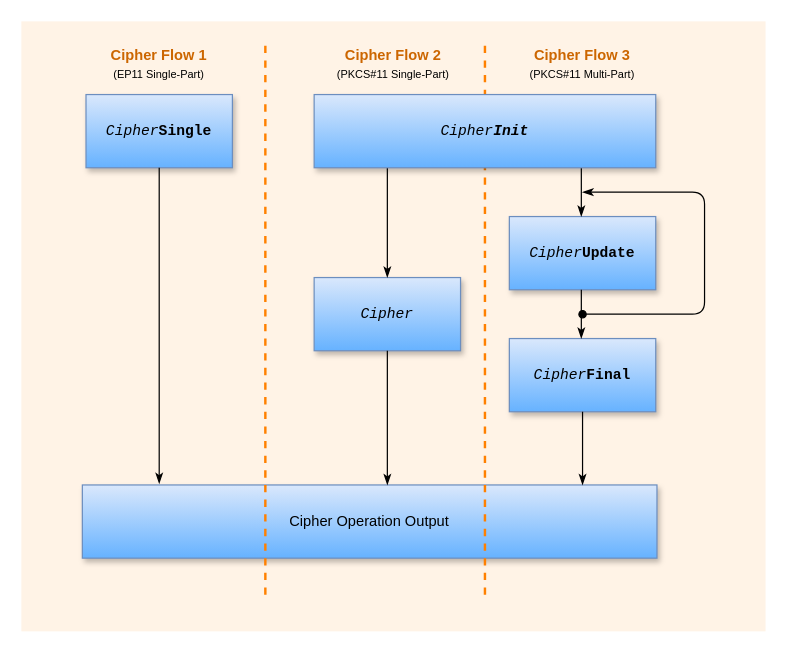
The draw.io diagram golang/func_workflow.drawio in ibm-developer/ibm-cloud-hyperprotectcrypto, before the edit. Source tidied: cells renumbered, new cells numbered last; positions are measured from the earlier drawing's top-left corner, leaving out a move shared by most shapes. Both pictures are drawn from the tidied source at 122%, with x=0, y=0 at pixel (21, 21).
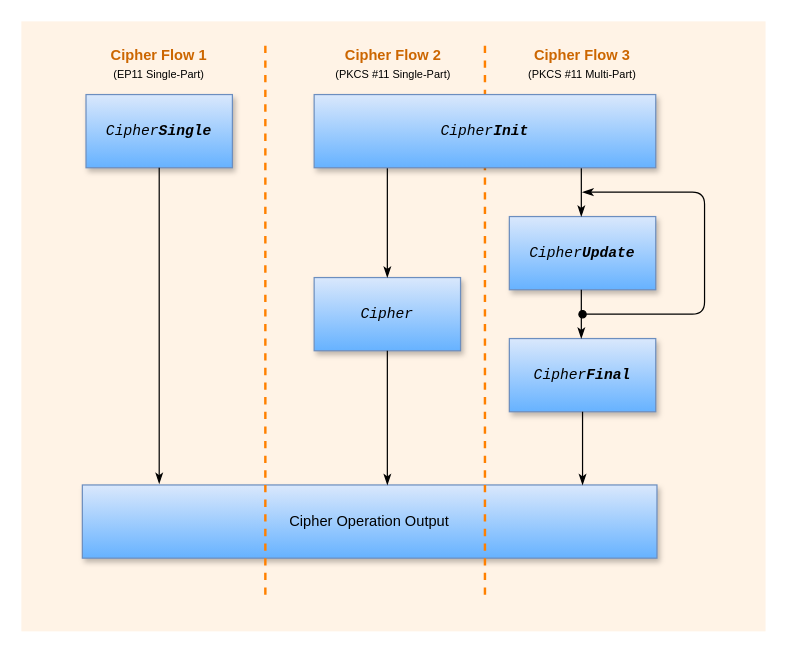
The same diagram, later.

Commit message (it also covers changes not shown here):
Update exported workflow diagram

The edit, as a diff of the source:
```diff
@@
-    <mxCell id="3" value="&lt;font face=&quot;Courier New&quot;&gt;&lt;i&gt;Cipher&lt;/i&gt;&lt;b&gt;Single&lt;/b&gt;&lt;/font&gt;" style="rounded=0;whiteSpace=wrap;html=1;fillColor=#dae8fc;strokeColor=#6c8ebf;gradientColor=#66B2FF;shadow=1;glass=0;" parent="1" vertex="1">
+    <mxCell id="3" value="&lt;font face=&quot;Courier New&quot;&gt;&lt;i&gt;Cipher&lt;b&gt;Single&lt;/b&gt;&lt;/i&gt;&lt;/font&gt;" style="rounded=0;whiteSpace=wrap;html=1;fillColor=#dae8fc;strokeColor=#6c8ebf;gradientColor=#66B2FF;shadow=1;glass=0;" parent="1" vertex="1">
       <mxGeometry x="53" y="60" width="120" height="60" as="geometry" />
     </mxCell>
@@
-    <mxCell id="5" value="&lt;font face=&quot;Courier New&quot;&gt;&lt;span style=&quot;font-style: italic&quot;&gt;Cipher&lt;/span&gt;&lt;b&gt;Update&lt;/b&gt;&lt;/font&gt;" style="rounded=0;whiteSpace=wrap;html=1;fillColor=#dae8fc;strokeColor=#6c8ebf;gradientColor=#66B2FF;shadow=1;" parent="1" vertex="1">
+    <mxCell id="5" value="&lt;font face=&quot;Courier New&quot;&gt;&lt;i&gt;Cipher&lt;b&gt;Update&lt;/b&gt;&lt;/i&gt;&lt;/font&gt;" style="rounded=0;whiteSpace=wrap;html=1;fillColor=#dae8fc;strokeColor=#6c8ebf;gradientColor=#66B2FF;shadow=1;" parent="1" vertex="1">
       <mxGeometry x="400" y="160" width="120" height="60" as="geometry" />
     </mxCell>
-    <mxCell id="6" value="&lt;font face=&quot;Courier New&quot;&gt;&lt;i&gt;Cipher&lt;/i&gt;&lt;b&gt;Final&lt;/b&gt;&lt;/font&gt;" style="rounded=0;whiteSpace=wrap;html=1;fillColor=#dae8fc;strokeColor=#6c8ebf;gradientColor=#66B2FF;shadow=1;" parent="1" vertex="1">
+    <mxCell id="6" value="&lt;font face=&quot;Courier New&quot;&gt;&lt;i&gt;Cipher&lt;b&gt;Final&lt;/b&gt;&lt;/i&gt;&lt;/font&gt;" style="rounded=0;whiteSpace=wrap;html=1;fillColor=#dae8fc;strokeColor=#6c8ebf;gradientColor=#66B2FF;shadow=1;" parent="1" vertex="1">
       <mxGeometry x="400" y="260" width="120" height="60" as="geometry" />
     </mxCell>
@@
-    <mxCell id="19" value="&lt;b style=&quot;color: rgb(204 , 102 , 0)&quot;&gt;&lt;font style=&quot;font-size: 12px&quot;&gt;Cipher Flow 2&lt;/font&gt;&lt;/b&gt;&lt;br&gt;&lt;font style=&quot;font-size: 9px&quot;&gt;(PKCS#11 Single-Part)&lt;/font&gt;&lt;br&gt;" style="text;html=1;strokeColor=none;fillColor=none;align=center;verticalAlign=middle;whiteSpace=wrap;rounded=0;shadow=1;glass=0;" parent="1" vertex="1">
+    <mxCell id="19" value="&lt;b style=&quot;color: rgb(204 , 102 , 0)&quot;&gt;&lt;font style=&quot;font-size: 12px&quot;&gt;Cipher Flow 2&lt;/font&gt;&lt;/b&gt;&lt;br&gt;&lt;font style=&quot;font-size: 9px&quot;&gt;(PKCS #11 Single-Part)&lt;/font&gt;&lt;br&gt;" style="text;html=1;strokeColor=none;fillColor=none;align=center;verticalAlign=middle;whiteSpace=wrap;rounded=0;shadow=1;glass=0;" parent="1" vertex="1">
       <mxGeometry x="238" y="20" width="134" height="30" as="geometry" />
     </mxCell>
-    <mxCell id="20" value="&lt;b style=&quot;color: rgb(204 , 102 , 0)&quot;&gt;&lt;font style=&quot;font-size: 12px&quot;&gt;Cipher Flow 3&lt;/font&gt;&lt;/b&gt;&lt;br&gt;&lt;font style=&quot;font-size: 9px&quot;&gt;(PKCS#11 Multi-Part)&lt;/font&gt;&lt;br&gt;" style="text;html=1;strokeColor=none;fillColor=none;align=center;verticalAlign=middle;whiteSpace=wrap;rounded=0;shadow=1;glass=0;" parent="1" vertex="1">
+    <mxCell id="20" value="&lt;b style=&quot;color: rgb(204 , 102 , 0)&quot;&gt;&lt;font style=&quot;font-size: 12px&quot;&gt;Cipher Flow 3&lt;/font&gt;&lt;/b&gt;&lt;br&gt;&lt;font style=&quot;font-size: 9px&quot;&gt;(PKCS #11 Multi-Part)&lt;/font&gt;&lt;br&gt;" style="text;html=1;strokeColor=none;fillColor=none;align=center;verticalAlign=middle;whiteSpace=wrap;rounded=0;shadow=1;glass=0;" parent="1" vertex="1">
       <mxGeometry x="393" y="20" width="134" height="30" as="geometry" />
     </mxCell>
```
